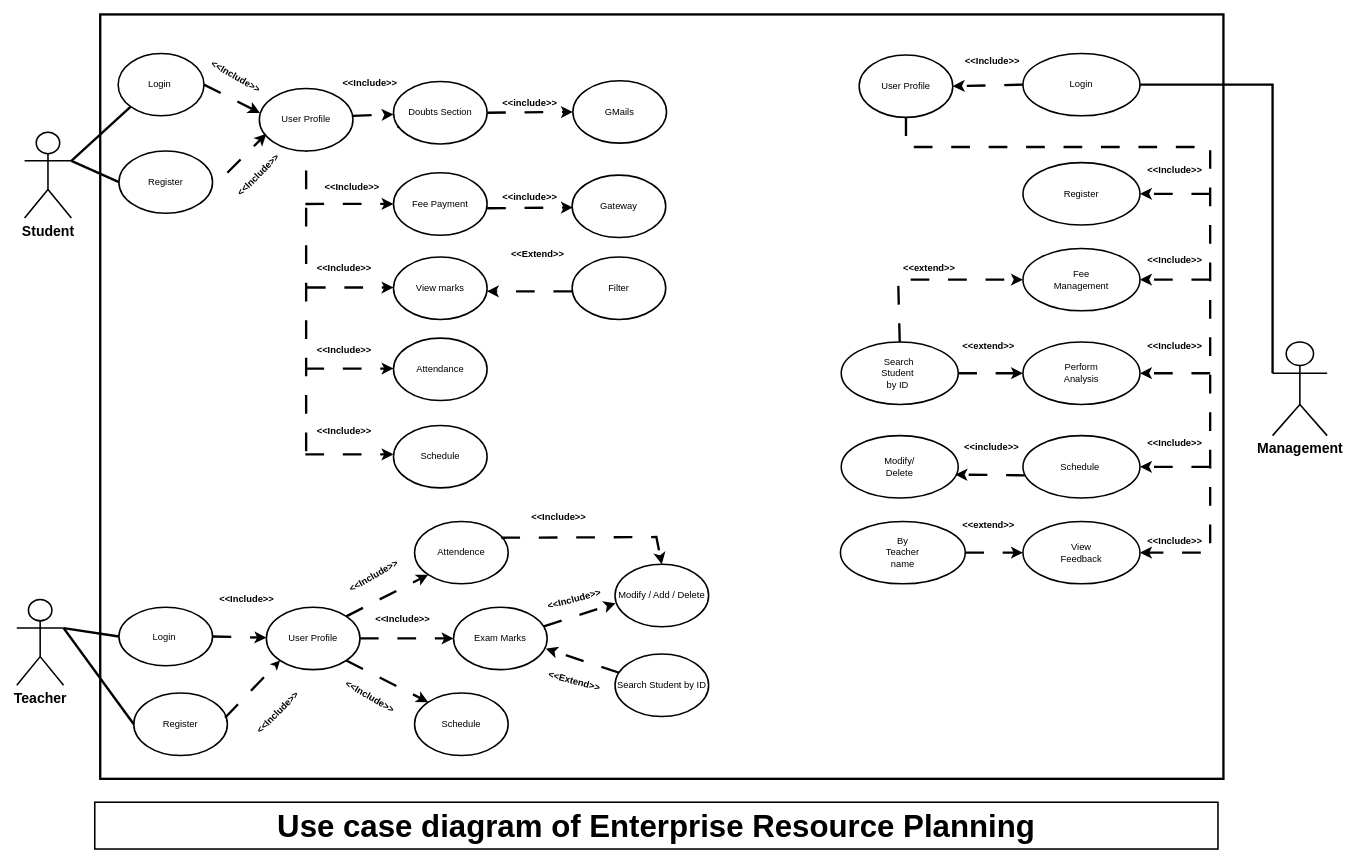
Before: Untitled Diagram.drawio in Sumanth-Siddareddy/Enterprise-Resource-Planning, a draw.io diagram. Source tidied: cells renumbered, new cells numbered last; positions are measured from the earlier drawing's top-left corner, leaving out a move shared by most shapes. Both pictures are drawn from the tidied source at 78%, with x=0, y=0 at pixel (16, 14).
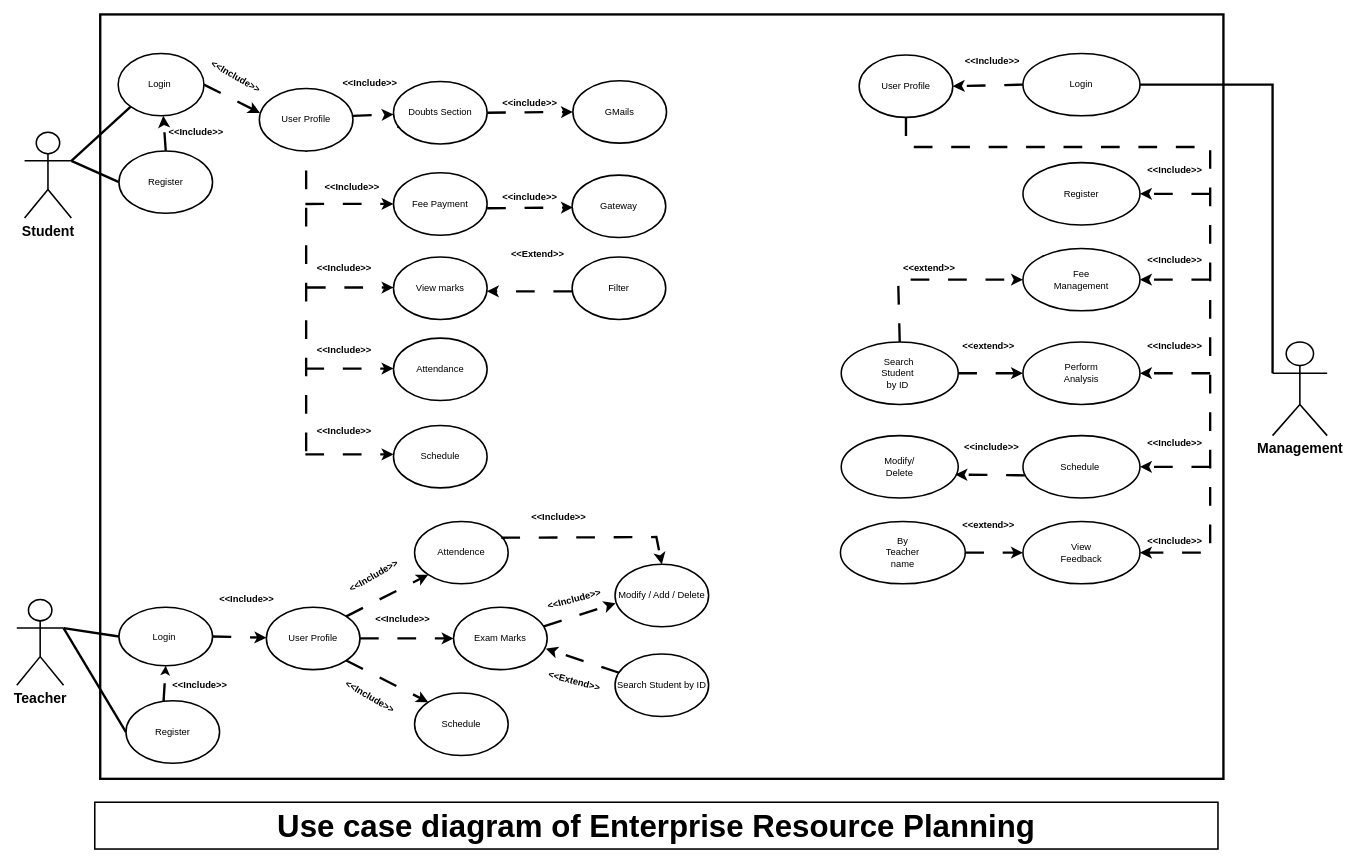
After the change.

The change refers to these unchanged cells:
```xml
<mxCell id="11" value="Login&amp;nbsp;" style="ellipse;whiteSpace=wrap;html=1;strokeWidth=2;" parent="1" vertex="1">
  <mxGeometry x="131" y="760" width="120" height="75" as="geometry" />
</mxCell>
<mxCell id="16" value="User Profile" style="ellipse;whiteSpace=wrap;html=1;strokeWidth=2;" parent="1" vertex="1">
  <mxGeometry x="320" y="760" width="120" height="80" as="geometry" />
</mxCell>
<mxCell id="69" value="Login&amp;nbsp;" style="ellipse;whiteSpace=wrap;html=1;strokeWidth=2;" parent="1" vertex="1">
  <mxGeometry x="130" y="50" width="110" height="80" as="geometry" />
</mxCell>
<mxCell id="70" value="Register" style="ellipse;whiteSpace=wrap;html=1;fontSize=12;fontStyle=0;strokeWidth=2;" parent="1" vertex="1">
  <mxGeometry x="131" y="175" width="120" height="80" as="geometry" />
</mxCell>
```

Change to the diagram source:
```diff
@@
     <mxCell id="65" value="Register" style="ellipse;whiteSpace=wrap;html=1;fontSize=12;fontStyle=0;strokeWidth=2;" parent="1" vertex="1">
-      <mxGeometry x="150" y="870" width="120" height="80" as="geometry" />
+      <mxGeometry x="140" y="880" width="120" height="80" as="geometry" />
     </mxCell>
-    <mxCell id="66" style="endArrow=classic;html=1;rounded=0;entryX=0;entryY=1;entryDx=0;entryDy=0;exitX=0.975;exitY=0.397;exitDx=0;exitDy=0;exitPerimeter=0;strokeWidth=3;dashed=1;dashPattern=8 8;endSize=3;" parent="1" edge="1" source="65" target="16">
+    <mxCell id="66" style="endArrow=classic;html=1;rounded=0;entryX=0.5;entryY=1;entryDx=0;entryDy=0;exitX=0.401;exitY=0.018;exitDx=0;exitDy=0;exitPerimeter=0;strokeWidth=3;dashed=1;dashPattern=8 8;endSize=3;" parent="1" edge="1" source="65" target="11">
       <mxGeometry relative="1" as="geometry" />
     </mxCell>
@@
-    <mxCell id="73" style="endArrow=classic;html=1;rounded=0;dashed=1;dashPattern=8 8;strokeWidth=3;" parent="1" edge="1">
-      <mxGeometry relative="1" as="geometry">
-        <mxPoint x="270" y="203" as="sourcePoint" />
-        <mxPoint x="320" y="153" as="targetPoint" />
-      </mxGeometry>
+    <mxCell id="73" style="endArrow=classic;html=1;rounded=0;dashed=1;dashPattern=8 8;strokeWidth=3;exitX=0.5;exitY=0;exitDx=0;exitDy=0;" parent="1" edge="1" source="70" target="69">
+      <mxGeometry relative="1" as="geometry" />
     </mxCell>
@@
-    <mxCell id="86" value="&amp;lt;&amp;lt;Include&amp;gt;&amp;gt;" style="text;html=1;align=center;verticalAlign=middle;whiteSpace=wrap;rounded=0;rotation=-45;strokeWidth=3;fontStyle=1;" parent="1" vertex="1">
-      <mxGeometry x="280" y="191" width="60" height="30" as="geometry" />
+    <mxCell id="86" value="&amp;lt;&amp;lt;Include&amp;gt;&amp;gt;" style="text;html=1;align=center;verticalAlign=middle;whiteSpace=wrap;rounded=0;rotation=0;strokeWidth=3;fontStyle=1;" parent="1" vertex="1">
+      <mxGeometry x="200" y="136" width="60" height="30" as="geometry" />
     </mxCell>
@@
-    <mxCell id="103" value="&amp;lt;&amp;lt;Include&amp;gt;&amp;gt;" style="text;html=1;align=center;verticalAlign=middle;whiteSpace=wrap;rounded=0;strokeWidth=3;rotation=-45;fontStyle=1;" parent="1" vertex="1">
-      <mxGeometry x="300" y="880" width="70" height="30" as="geometry" />
+    <mxCell id="103" value="&amp;lt;&amp;lt;Include&amp;gt;&amp;gt;" style="text;html=1;align=center;verticalAlign=middle;whiteSpace=wrap;rounded=0;strokeWidth=3;rotation=0;fontStyle=1;" parent="1" vertex="1">
+      <mxGeometry x="200" y="845" width="70" height="30" as="geometry" />
     </mxCell>
```
